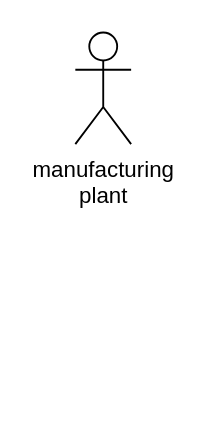
Before: aa_usecase.drawio in ShineSoYoung/TEST, a draw.io diagram. Source tidied: cells renumbered, new cells numbered last; positions are measured from the earlier drawing's top-left corner, leaving out a move shared by most shapes. Both pictures are drawn from the tidied source at 186%, with x=0, y=0 at pixel (74, 32).
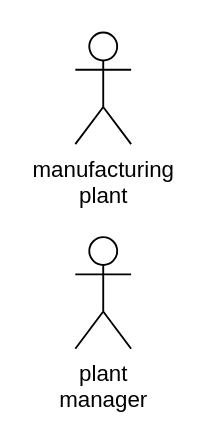
After the change.

Diff of the diagram source:
```diff
@@
 <mxGraphModel>
   <root>
     <mxCell id="0" />
     <mxCell id="1" parent="0" />
     <mxCell id="2" value="manufacturing&lt;br&gt;plant" style="shape=umlActor;verticalLabelPosition=bottom;verticalAlign=top;html=1;" parent="1" vertex="1">
       <mxGeometry width="30" height="60" as="geometry" />
     </mxCell>
+    <mxCell id="3" value="plant&lt;br&gt;manager" style="shape=umlActor;verticalLabelPosition=bottom;verticalAlign=top;html=1;" parent="1" vertex="1">
+      <mxGeometry y="110" width="30" height="60" as="geometry" />
+    </mxCell>
   </root>
 </mxGraphModel>
```
